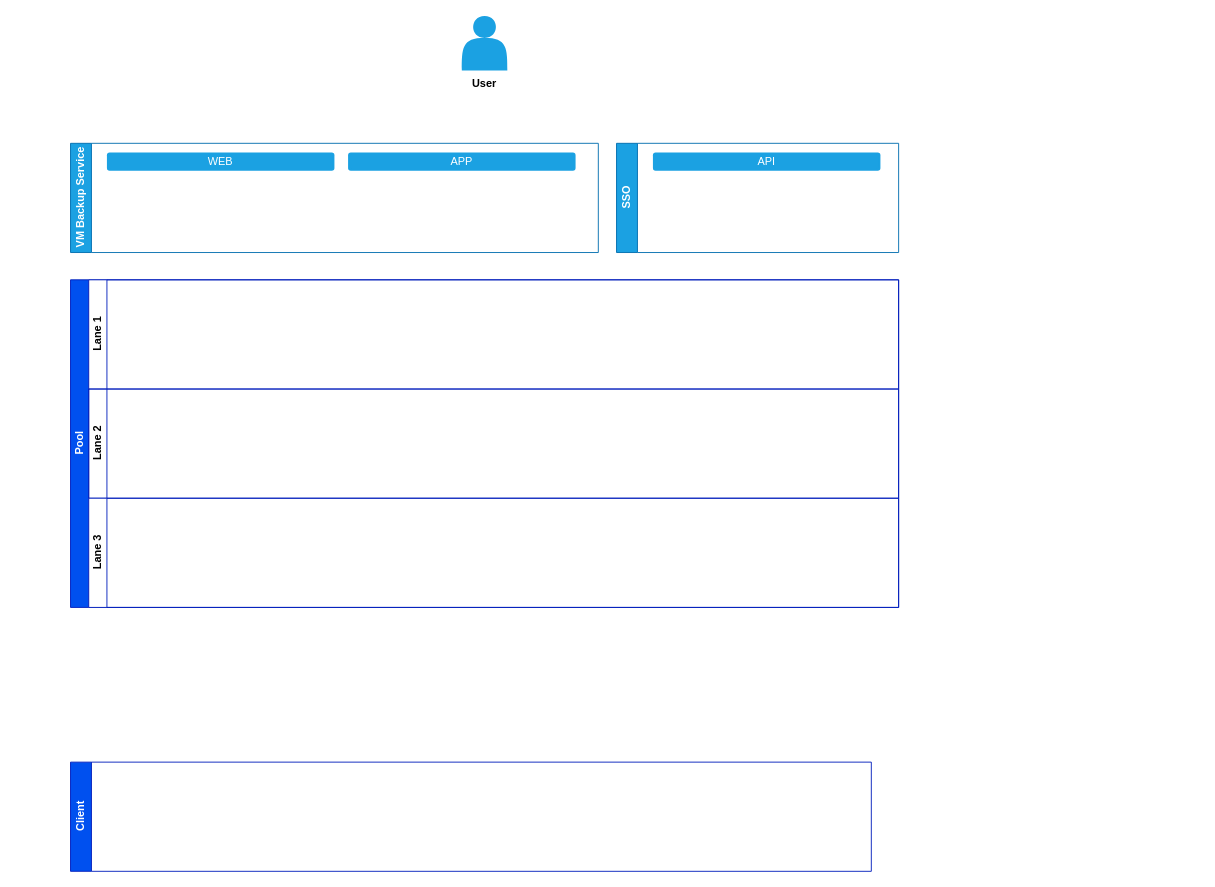
Above: 제목 없는 다이어그램.drawio in HeyItsSPOON/Storage (draw.io), before the change. Source tidied: cells renumbered, new cells numbered last; positions are measured from the earlier drawing's top-left corner, leaving out a move shared by most shapes. Both pictures are drawn from the tidied source at 91%, with x=0, y=0 at pixel (70, 15).
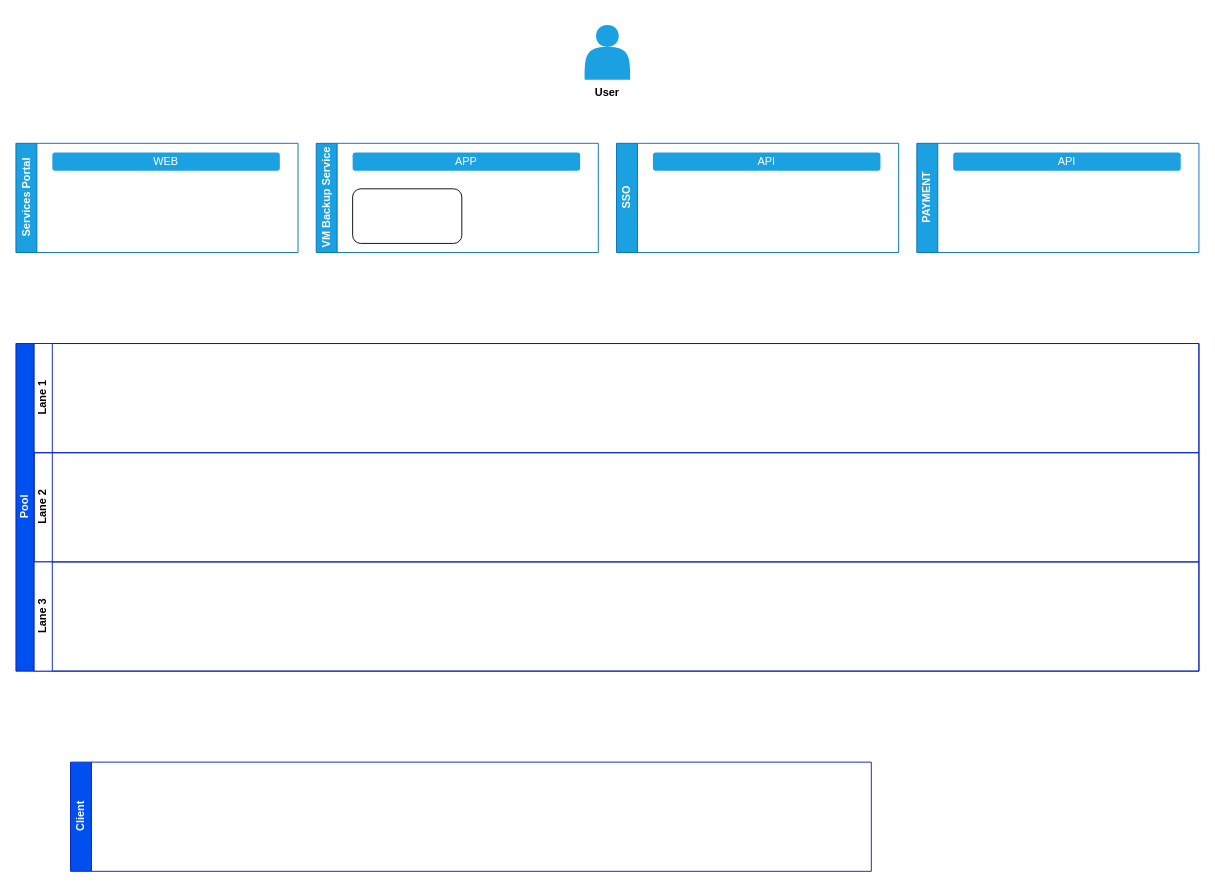
The same page after the edit.

Commit message:
제목 없는 다이어그램.drawio 업데이트

What changed in the source:
```diff
@@
 <mxGraphModel>
   <root>
     <mxCell id="0" />
     <mxCell id="1" parent="0" />
-    <mxCell id="2" value="VM Backup Service" style="swimlane;horizontal=0;whiteSpace=wrap;html=1;fillColor=#1ba1e2;strokeColor=#006EAF;fontColor=#ffffff;startSize=23;" parent="1" vertex="1">
-      <mxGeometry y="140" width="580" height="120" as="geometry" />
-    </mxCell>
-    <mxCell id="3" value="WEB" style="shape=ext;double=1;rounded=1;whiteSpace=wrap;html=1;fillColor=#1ba1e2;fontColor=#ffffff;strokeColor=none;" parent="2" vertex="1">
-      <mxGeometry x="40" y="10" width="250" height="20" as="geometry" />
-    </mxCell>
-    <mxCell id="4" value="APP" style="shape=ext;double=1;rounded=1;whiteSpace=wrap;html=1;fillColor=#1ba1e2;fontColor=#ffffff;strokeColor=none;" parent="2" vertex="1">
-      <mxGeometry x="305" y="10" width="250" height="20" as="geometry" />
-    </mxCell>
     <mxCell id="5" value="Client" style="swimlane;horizontal=0;whiteSpace=wrap;html=1;fillColor=#0050ef;strokeColor=#001DBC;fontColor=#ffffff;" parent="1" vertex="1">
       <mxGeometry y="820" width="880" height="120" as="geometry" />
     </mxCell>
     <mxCell id="6" value="Pool" style="swimlane;horizontal=0;startSize=20;html=1;fillColor=#0050ef;fontColor=#ffffff;strokeColor=#001DBC;" parent="1" vertex="1">
-      <mxGeometry y="290" width="910" height="360" as="geometry" />
+      <mxGeometry x="-60" y="360" width="1300" height="360" as="geometry" />
     </mxCell>
     <mxCell id="7" value="Lane 1" style="swimlane;startSize=20;horizontal=0;html=1;fillColor=#ffffff;fontColor=#000000;strokeColor=#001DBC;" parent="6" vertex="1">
-      <mxGeometry x="20" width="890" height="120" as="geometry" />
+      <mxGeometry x="20" width="1280" height="120" as="geometry" />
     </mxCell>
     <mxCell id="8" value="Lane 2" style="swimlane;startSize=20;horizontal=0;html=1;fillColor=none;fontColor=#000000;strokeColor=#001DBC;" parent="6" vertex="1">
-      <mxGeometry x="20" y="120" width="890" height="120" as="geometry" />
+      <mxGeometry x="20" y="120" width="1280" height="120" as="geometry" />
     </mxCell>
     <mxCell id="9" value="Lane 3" style="swimlane;startSize=20;horizontal=0;html=1;fillColor=#FFFFFF;fontColor=#000000;strokeColor=#001DBC;" parent="6" vertex="1">
-      <mxGeometry x="20" y="240" width="890" height="120" as="geometry" />
+      <mxGeometry x="20" y="240" width="1280" height="120" as="geometry" />
     </mxCell>
     <mxCell id="10" style="group;" parent="1" vertex="1">
-      <mxGeometry x="425" width="60" height="90" as="geometry" />
+      <mxGeometry x="560" y="10" width="60" height="90" as="geometry" />
     </mxCell>
     <mxCell id="11" style="shape=actor;whiteSpace=wrap;html=1;fillColor=#1ba1e2;fontColor=#ffffff;strokeColor=none;" parent="10" vertex="1">
       <mxGeometry x="5" width="50" height="60" as="geometry" />
     </mxCell>
     <mxCell id="12" value="&lt;b&gt;User&lt;/b&gt;" style="text;strokeColor=none;align=center;fillColor=none;html=1;verticalAlign=middle;whiteSpace=wrap;rounded=0;" parent="10" vertex="1">
       <mxGeometry y="60" width="60" height="30" as="geometry" />
     </mxCell>
     <mxCell id="13" value="SSO" style="swimlane;horizontal=0;whiteSpace=wrap;html=1;fillColor=#1ba1e2;strokeColor=#006EAF;fontColor=#ffffff;startSize=23;" parent="1" vertex="1">
       <mxGeometry x="600" y="140" width="310" height="120" as="geometry" />
     </mxCell>
     <mxCell id="14" value="API" style="shape=ext;double=1;rounded=1;whiteSpace=wrap;html=1;fillColor=#1ba1e2;fontColor=#ffffff;strokeColor=none;" parent="13" vertex="1">
       <mxGeometry x="40" y="10" width="250" height="20" as="geometry" />
     </mxCell>
+    <mxCell id="15" value="PAYMENT" style="swimlane;horizontal=0;whiteSpace=wrap;html=1;fillColor=#1ba1e2;strokeColor=#006EAF;fontColor=#ffffff;startSize=23;" parent="1" vertex="1">
+      <mxGeometry x="930" y="140" width="310" height="120" as="geometry" />
+    </mxCell>
+    <mxCell id="16" value="API" style="shape=ext;double=1;rounded=1;whiteSpace=wrap;html=1;fillColor=#1ba1e2;fontColor=#ffffff;strokeColor=none;" parent="15" vertex="1">
+      <mxGeometry x="40" y="10" width="250" height="20" as="geometry" />
+    </mxCell>
+    <mxCell id="2" value="VM Backup Service" style="swimlane;horizontal=0;whiteSpace=wrap;html=1;fillColor=#1ba1e2;strokeColor=#006EAF;fontColor=#ffffff;startSize=23;" parent="1" vertex="1">
+      <mxGeometry x="270" y="140" width="310" height="120" as="geometry" />
+    </mxCell>
+    <mxCell id="4" value="APP" style="shape=ext;double=1;rounded=1;whiteSpace=wrap;html=1;fillColor=#1ba1e2;fontColor=#ffffff;strokeColor=none;" parent="2" vertex="1">
+      <mxGeometry x="40" y="10" width="250" height="20" as="geometry" />
+    </mxCell>
+    <mxCell id="17" style="rounded=1;whiteSpace=wrap;html=1;" parent="2" vertex="1">
+      <mxGeometry x="40" y="50" width="120" height="60" as="geometry" />
+    </mxCell>
+    <mxCell id="18" value="Services Portal" style="swimlane;horizontal=0;whiteSpace=wrap;html=1;fillColor=#1ba1e2;strokeColor=#006EAF;fontColor=#ffffff;startSize=23;" parent="1" vertex="1">
+      <mxGeometry x="-60" y="140" width="310" height="120" as="geometry" />
+    </mxCell>
+    <mxCell id="3" value="WEB" style="shape=ext;double=1;rounded=1;whiteSpace=wrap;html=1;fillColor=#1ba1e2;fontColor=#ffffff;strokeColor=none;" parent="18" vertex="1">
+      <mxGeometry x="40" y="10" width="250" height="20" as="geometry" />
+    </mxCell>
   </root>
 </mxGraphModel>
```
